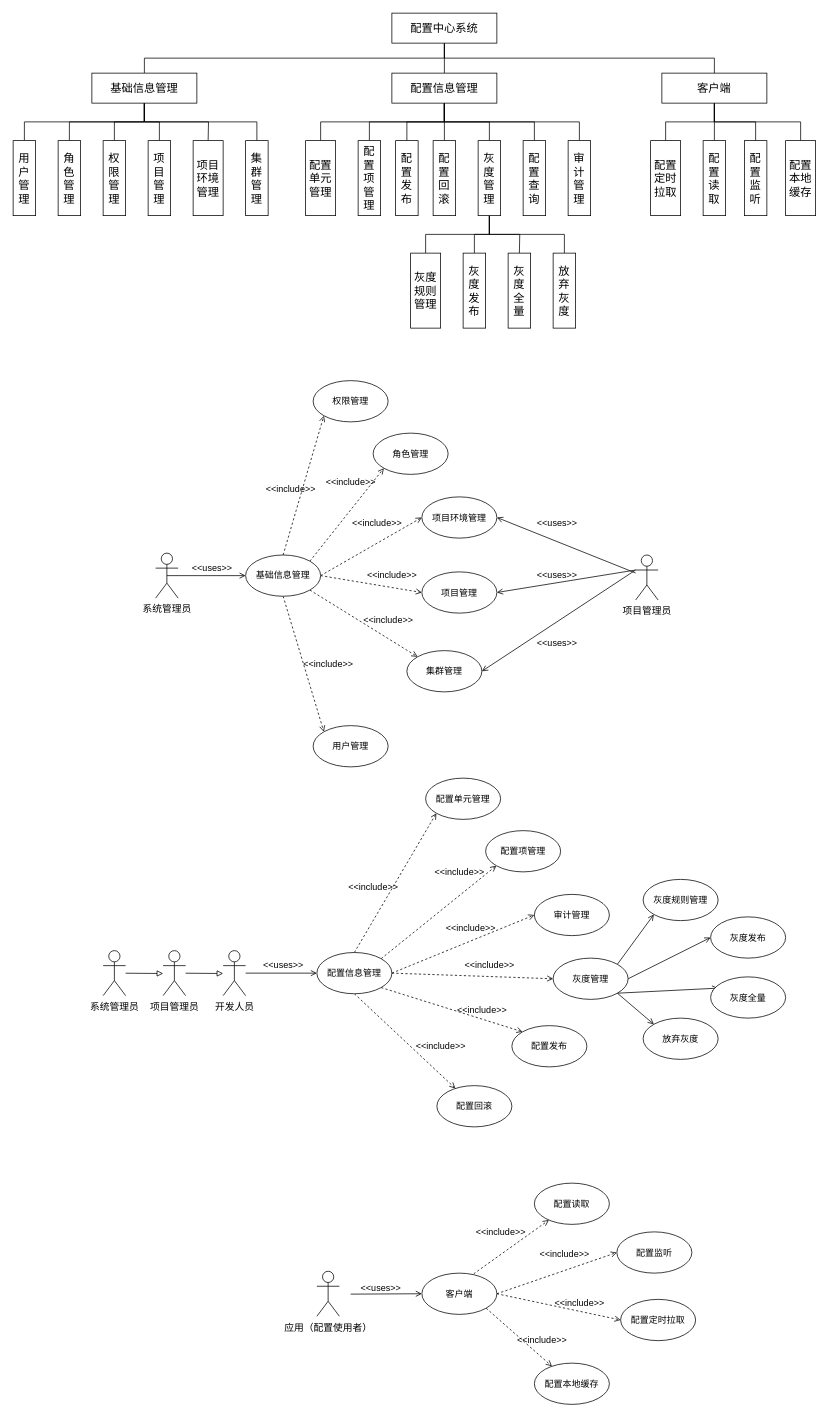
This is page "用例图" (10 of 12) of Untitled Diagram.drawio from WWj5921/ConfigCenter, a draw.io file, before an edit. Source tidied: cells renumbered, new cells numbered last; positions are measured from the earlier drawing's top-left corner, leaving out a move shared by most shapes. Both pictures are drawn from the tidied source at 75%, with x=0, y=0 at pixel (13, 13).
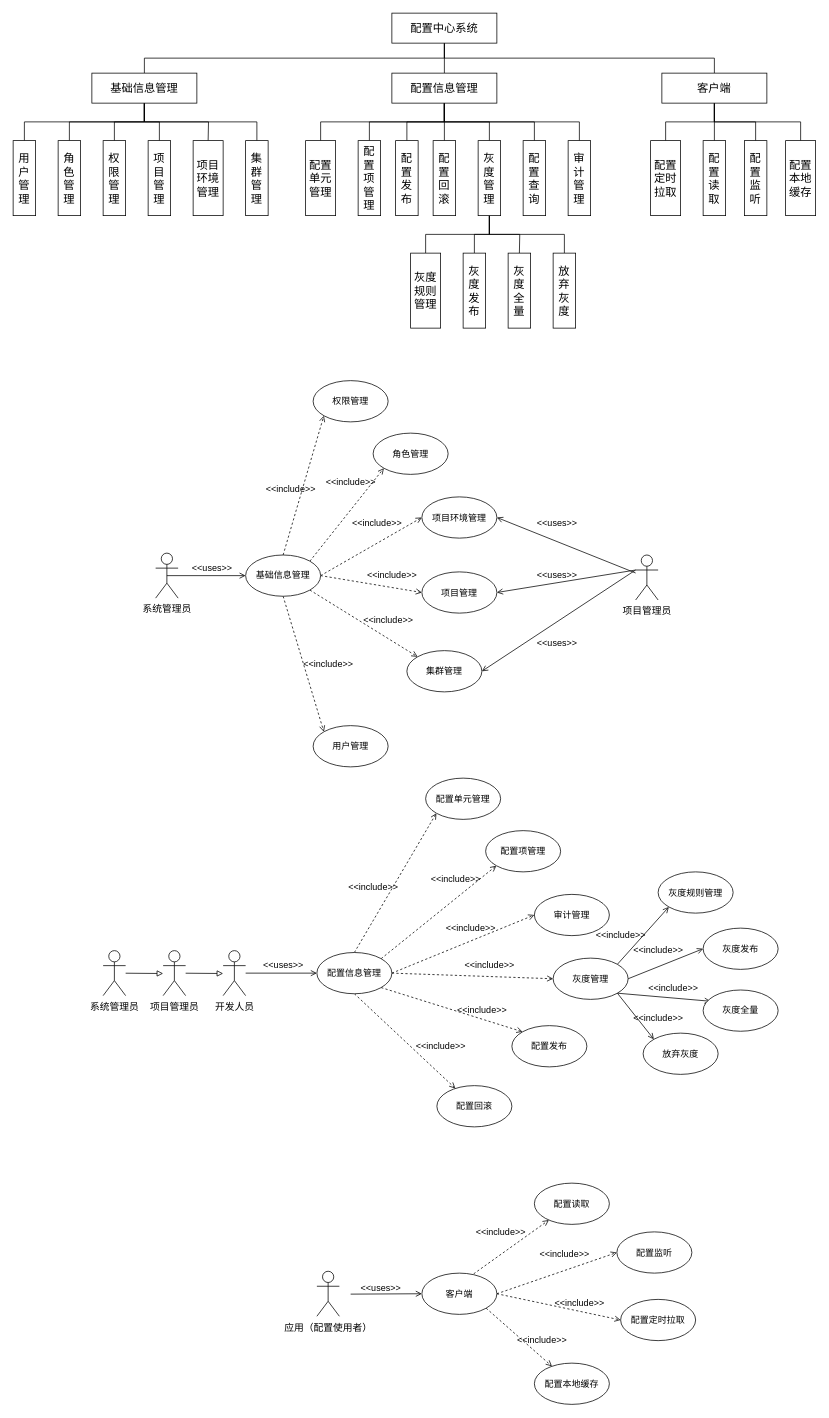
The same diagram, later.

Diff of the diagram source:
```diff
@@
     <mxCell id="102" value="&amp;lt;&amp;lt;include&amp;gt;&amp;gt;" style="text;html=1;align=center;verticalAlign=middle;strokeColor=none;fillColor=none;" parent="1" vertex="1">
-      <mxGeometry x="555" y="1135" width="80" height="20" as="geometry" />
+      <mxGeometry x="550" y="1145" width="80" height="20" as="geometry" />
     </mxCell>
@@
     <mxCell id="109" value="灰度发布" style="ellipse;whiteSpace=wrap;html=1;" parent="1" vertex="1">
-      <mxGeometry x="930" y="1205" width="100" height="55" as="geometry" />
+      <mxGeometry x="920" y="1220" width="100" height="55" as="geometry" />
     </mxCell>
     <mxCell id="110" value="放弃灰度" style="ellipse;whiteSpace=wrap;html=1;" parent="1" vertex="1">
-      <mxGeometry x="840" y="1340" width="100" height="55" as="geometry" />
+      <mxGeometry x="840" y="1360" width="100" height="55" as="geometry" />
     </mxCell>
     <mxCell id="111" value="灰度规则管理" style="ellipse;whiteSpace=wrap;html=1;" parent="1" vertex="1">
-      <mxGeometry x="840" y="1155" width="100" height="55" as="geometry" />
+      <mxGeometry x="860" y="1145" width="100" height="55" as="geometry" />
     </mxCell>
     <mxCell id="112" value="灰度全量" style="ellipse;whiteSpace=wrap;html=1;" parent="1" vertex="1">
-      <mxGeometry x="930" y="1285" width="100" height="55" as="geometry" />
+      <mxGeometry x="920" y="1302.5" width="100" height="55" as="geometry" />
     </mxCell>
@@
+    <mxCell id="130" value="&amp;lt;&amp;lt;include&amp;gt;&amp;gt;" style="text;html=1;align=center;verticalAlign=middle;strokeColor=none;fillColor=none;" parent="1" vertex="1">
+      <mxGeometry x="770" y="1220" width="80" height="20" as="geometry" />
+    </mxCell>
+    <mxCell id="131" value="&amp;lt;&amp;lt;include&amp;gt;&amp;gt;" style="text;html=1;align=center;verticalAlign=middle;strokeColor=none;fillColor=none;" parent="1" vertex="1">
+      <mxGeometry x="820" y="1240" width="80" height="20" as="geometry" />
+    </mxCell>
+    <mxCell id="132" value="&amp;lt;&amp;lt;include&amp;gt;&amp;gt;" style="text;html=1;align=center;verticalAlign=middle;strokeColor=none;fillColor=none;" parent="1" vertex="1">
+      <mxGeometry x="840" y="1290" width="80" height="20" as="geometry" />
+    </mxCell>
+    <mxCell id="133" value="&amp;lt;&amp;lt;include&amp;gt;&amp;gt;" style="text;html=1;align=center;verticalAlign=middle;strokeColor=none;fillColor=none;" parent="1" vertex="1">
+      <mxGeometry x="820" y="1330" width="80" height="20" as="geometry" />
+    </mxCell>
```
